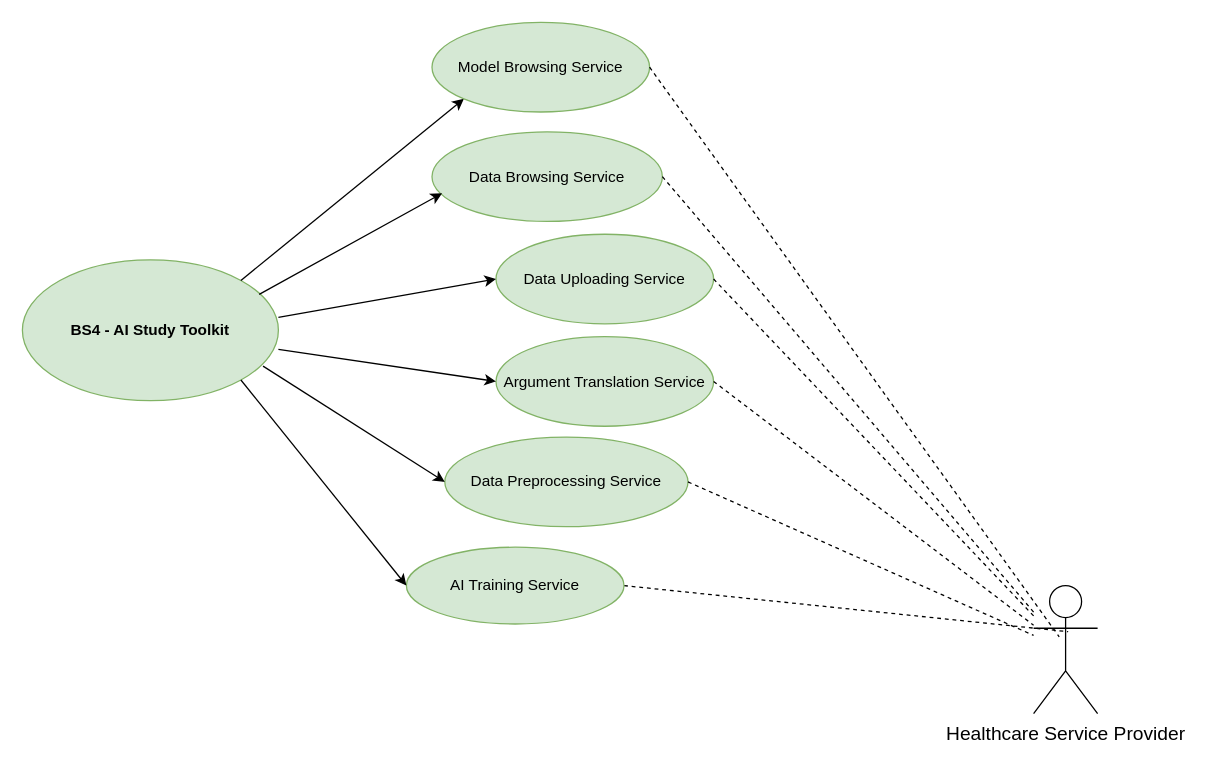
This is page "第 4 页" (4 of 8) of SOD_Ass1.drawio from TISNN/2022_SOD, a draw.io file, before an edit. Source tidied: cells renumbered, new cells numbered last; positions are measured from the earlier drawing's top-left corner, leaving out a move shared by most shapes. Both pictures are drawn from the tidied source at 128%, with x=0, y=0 at pixel (22, 22).
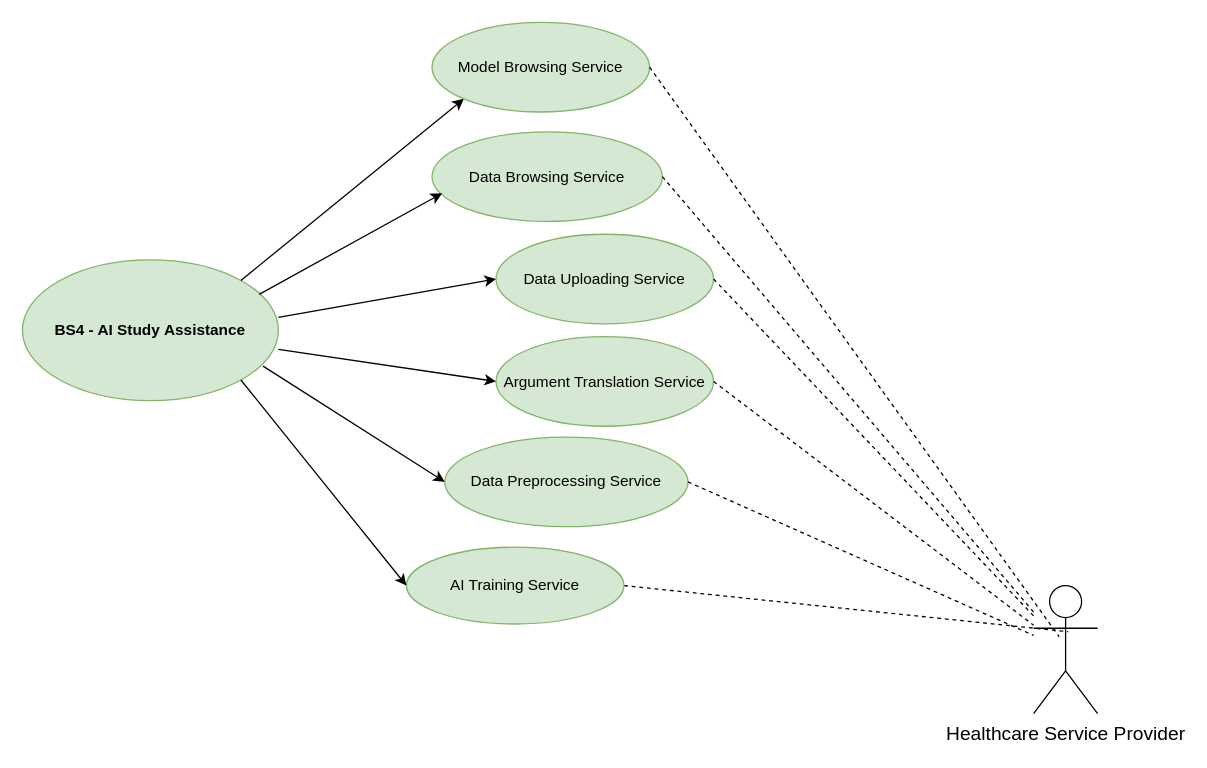
Above is the later version.

Diff of the diagram source:
```diff
@@
-    <mxCell id="4" value="&lt;b&gt;BS4 - AI Study Toolkit&lt;/b&gt;" style="ellipse;whiteSpace=wrap;html=1;fillColor=#d5e8d4;strokeColor=#82b366;" parent="1" vertex="1">
+    <mxCell id="4" value="&lt;b&gt;BS4 - AI Study&amp;nbsp;Assistance&lt;/b&gt;" style="ellipse;whiteSpace=wrap;html=1;fillColor=#d5e8d4;strokeColor=#82b366;" parent="1" vertex="1">
       <mxGeometry y="185.5" width="200" height="110" as="geometry" />
     </mxCell>
```
